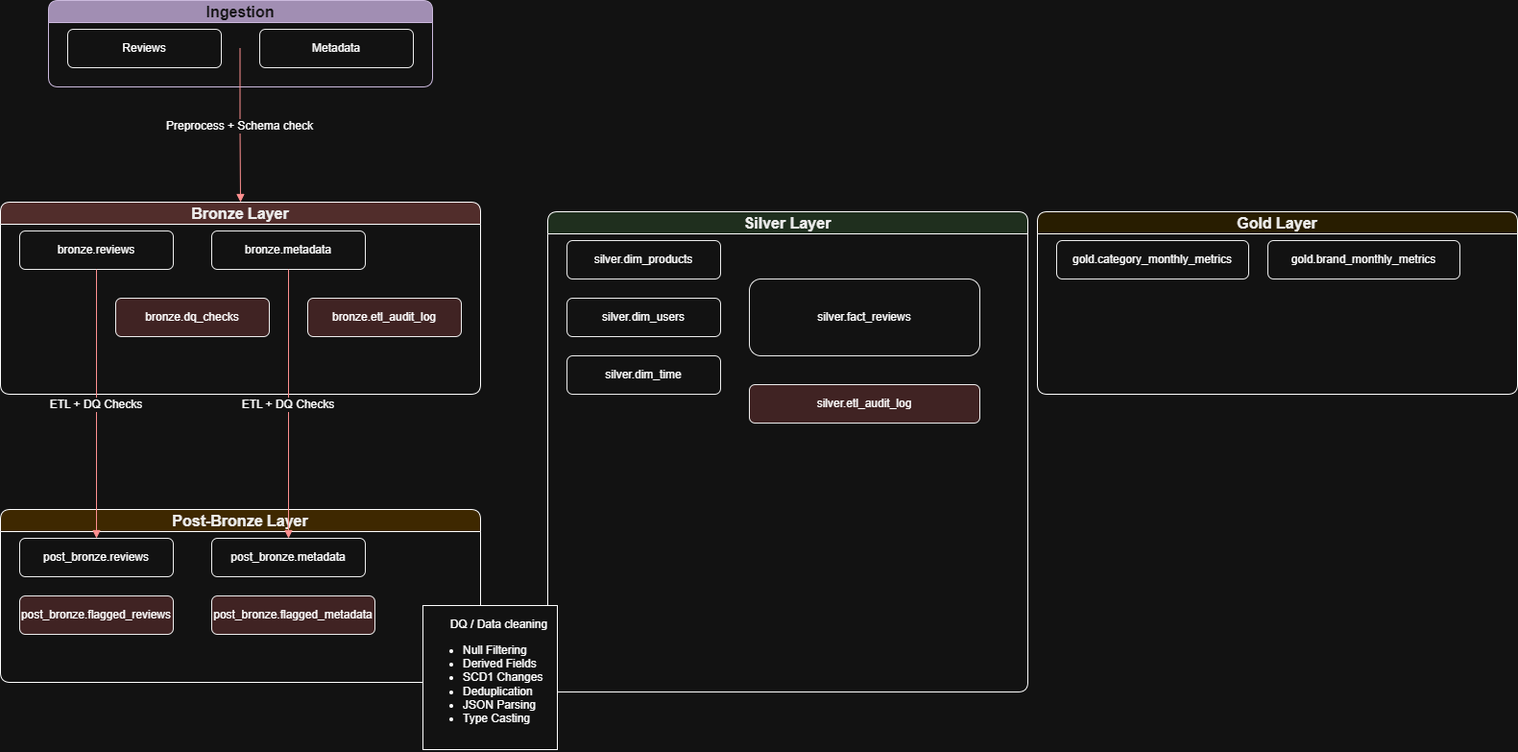
This is images/amazondwh_architecture.drawio.png from arneesser/amazon_dwh, a draw.io export, as it was before one commit. Source tidied: cells renumbered, new cells last; positions are measured from the earlier drawing's top-left corner, leaving out a move shared by most shapes.
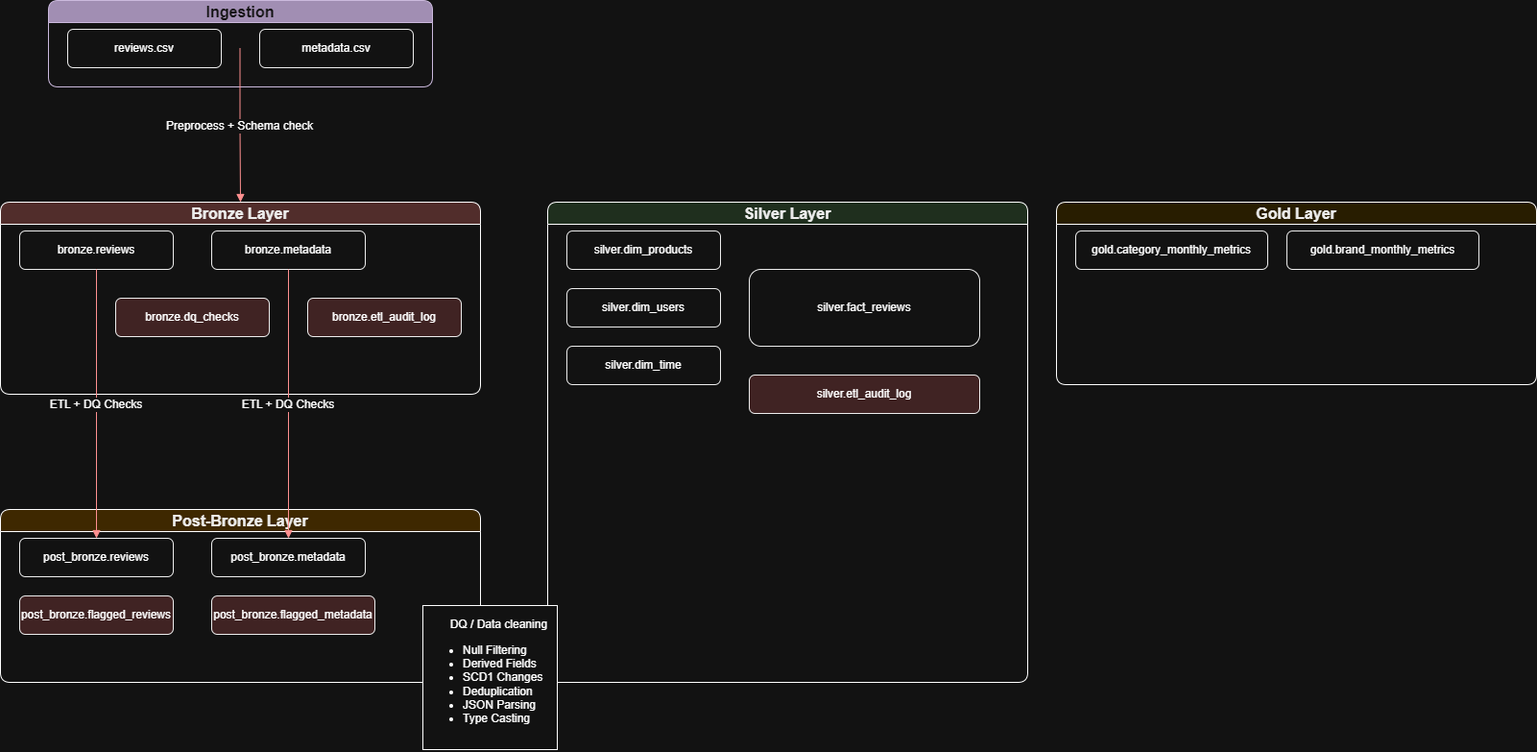
Above is the later version.

What changed in the source:
```diff
@@ -33,7 +33,7 @@
       <mxGeometry x="220" y="90" width="170" height="40" as="geometry" />
     </mxCell>
     <mxCell id="12" value="Silver Layer" style="swimlane;fillColor=#D5E8D4;fontSize=16;fontColor=#000000;horizontal=1;rounded=1;whiteSpace=wrap;labelPosition=center;" parent="1" vertex="1">
-      <mxGeometry x="570" y="220" width="500" height="500" as="geometry" />
+      <mxGeometry x="570" y="210" width="500" height="500" as="geometry" />
     </mxCell>
     <mxCell id="13" value="silver.dim_products" style="rounded=1;fillColor=#FFFFFF;strokeColor=#000000;whiteSpace=wrap;" parent="12" vertex="1">
       <mxGeometry x="20" y="30" width="160" height="40" as="geometry" />
@@ -51,7 +51,7 @@
       <mxGeometry x="210" y="180" width="240" height="40" as="geometry" />
     </mxCell>
     <mxCell id="18" value="Gold Layer" style="swimlane;fillColor=#FFF2CC;fontSize=16;fontColor=#000000;horizontal=1;rounded=1;whiteSpace=wrap;labelPosition=center;" parent="1" vertex="1">
-      <mxGeometry x="1080" y="220" width="500" height="190" as="geometry" />
+      <mxGeometry x="1100" y="210" width="500" height="190" as="geometry" />
     </mxCell>
     <mxCell id="19" value="gold.category_monthly_metrics" style="rounded=1;fillColor=#FFFFFF;strokeColor=#000000;whiteSpace=wrap;" parent="18" vertex="1">
       <mxGeometry x="20" y="30" width="200" height="40" as="geometry" />
@@ -71,10 +71,10 @@
     <mxCell id="24" value="Ingestion" style="swimlane;fillColor=#76608a;fontSize=16;fontColor=#ffffff;horizontal=1;rounded=1;whiteSpace=wrap;labelPosition=center;strokeColor=#432D57;" parent="1" vertex="1">
       <mxGeometry x="50" width="400" height="90" as="geometry" />
     </mxCell>
-    <mxCell id="25" value="Reviews" style="rounded=1;fillColor=#FFFFFF;strokeColor=#000000;whiteSpace=wrap;" parent="24" vertex="1">
+    <mxCell id="25" value="reviews.csv" style="rounded=1;fillColor=#FFFFFF;strokeColor=#000000;whiteSpace=wrap;" parent="24" vertex="1">
       <mxGeometry x="20" y="30" width="160" height="40" as="geometry" />
     </mxCell>
-    <mxCell id="26" value="Metadata" style="rounded=1;fillColor=#FFFFFF;strokeColor=#000000;whiteSpace=wrap;" parent="24" vertex="1">
+    <mxCell id="26" value="metadata.csv" style="rounded=1;fillColor=#FFFFFF;strokeColor=#000000;whiteSpace=wrap;" parent="24" vertex="1">
       <mxGeometry x="220" y="30" width="160" height="40" as="geometry" />
     </mxCell>
     <mxCell id="27" value="Preprocess + Schema check" style="edgeStyle=elbowEdgeStyle;rounded=0;strokeColor=#FF0000;fontSize=12;endArrow=block;elbow=vertical;entryX=0.5;entryY=0;entryDx=0;entryDy=0;" parent="1" edge="1" target="2">
```
